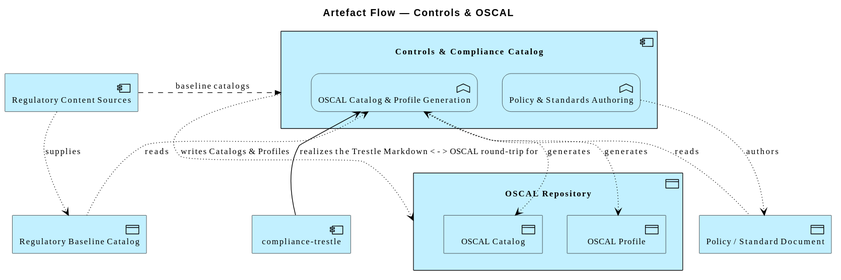
Earlier version of the PlantUML export architecture/model/diagrams/application/artefact-oscal.svg (wolffy-au/frictionless-architect).
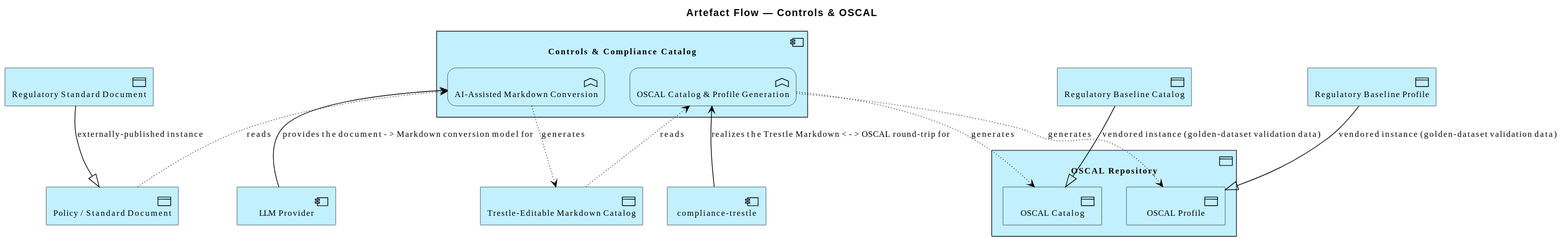
Above is the later version.

Change to the diagram source:
```diff
@@ -4,25 +4,29 @@
 title Artefact Flow — Controls & OSCAL
 
 Application_Component(e_ide4bef3733af65a, "Controls & Compliance Catalog") {
-  Application_Function(e_id6ac934f170cd5f, "Policy & Standards Authoring")
+  Application_Function(e_id7ce9f3c91f1f53, "AI-Assisted Markdown Conversion")
   Application_Function(e_id8926bd09002459, "OSCAL Catalog & Profile Generation")
 }
 Application_DataObject(e_idb18c37abc9ff51, "OSCAL Repository") {
   Application_DataObject(e_idddf65887d53f57, "OSCAL Catalog")
   Application_DataObject(e_id9659a679544058, "OSCAL Profile")
 }
-Application_Component(e_id13f9d5fb47b650, "Regulatory Content Sources")
 Application_Component(e_id0aed952692a556, "compliance-trestle")
+Application_Component(e_id2610ae0cc2cc50, "LLM Provider")
 Application_DataObject(e_id51129996aed75b, "Policy / Standard Document")
+Application_DataObject(e_id3d500fda79b357, "Regulatory Standard Document")
+Application_DataObject(e_id0ecdf65c0ffd57, "Trestle-Editable Markdown Catalog")
 Application_DataObject(e_ida95982eb78095a, "Regulatory Baseline Catalog")
+Application_DataObject(e_ide7676379a60257, "Regulatory Baseline Profile")
 
-Rel_Flow_Right(e_id13f9d5fb47b650, e_ide4bef3733af65a, "baseline catalogs")
+Rel_Specialization(e_id3d500fda79b357, e_id51129996aed75b, "externally-published instance")
+Rel_Specialization(e_ida95982eb78095a, e_idddf65887d53f57, "vendored instance (golden-dataset validation data)")
+Rel_Specialization(e_ide7676379a60257, e_id9659a679544058, "vendored instance (golden-dataset validation data)")
 Rel_Serving_Up(e_id0aed952692a556, e_id8926bd09002459, "realizes the Trestle Markdown <-> OSCAL round-trip for")
-Rel_Access_w(e_ide4bef3733af65a, e_idb18c37abc9ff51, "writes Catalogs & Profiles")
-Rel_Access_w(e_id6ac934f170cd5f, e_id51129996aed75b, "authors")
-Rel_Access_w(e_id13f9d5fb47b650, e_ida95982eb78095a, "supplies")
-Rel_Access_r(e_id8926bd09002459, e_id51129996aed75b, "reads")
-Rel_Access_r(e_id8926bd09002459, e_ida95982eb78095a, "reads")
+Rel_Serving_Up(e_id2610ae0cc2cc50, e_id7ce9f3c91f1f53, "provides the document -> Markdown conversion model for")
+Rel_Access_r(e_id7ce9f3c91f1f53, e_id51129996aed75b, "reads")
+Rel_Access_w(e_id7ce9f3c91f1f53, e_id0ecdf65c0ffd57, "generates")
+Rel_Access_r(e_id8926bd09002459, e_id0ecdf65c0ffd57, "reads")
 Rel_Access_w(e_id8926bd09002459, e_idddf65887d53f57, "generates")
 Rel_Access_w(e_id8926bd09002459, e_id9659a679544058, "generates")
 @enduml
```
